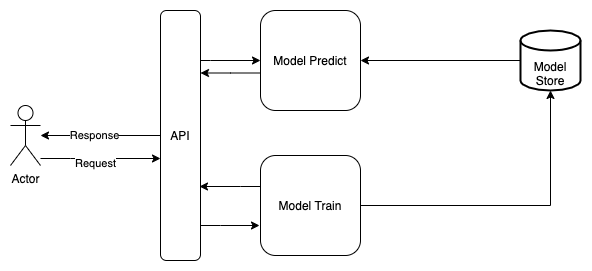
Above: docs/model-api.png in JelmerOffenberg/python-engineering (draw.io), before the change. Source tidied: cells renumbered, new cells last; positions are measured from the earlier drawing's top-left corner, leaving out a move shared by most shapes.
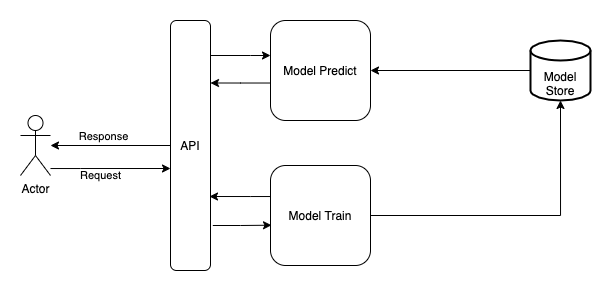
The same file after the commit.

The edit, as a diff of the source:
```diff
@@ -11,7 +11,9 @@
       </mxGeometry>
     </mxCell>
     <mxCell id="3" value="Request" style="edgeLabel;html=1;align=center;verticalAlign=middle;" parent="2" vertex="1">
-      <mxGeometry x="-0.1" y="-4" relative="1" as="geometry" />
+      <mxGeometry x="-0.1" y="-4" relative="1" as="geometry">
+        <mxPoint x="-4" y="3" as="offset" />
+      </mxGeometry>
     </mxCell>
     <mxCell id="4" value="Actor" style="shape=umlActor;verticalLabelPosition=bottom;verticalAlign=top;html=1;outlineConnect=0;" parent="1" vertex="1">
       <mxGeometry y="95" width="30" height="60" as="geometry" />
@@ -19,26 +21,20 @@
     <mxCell id="5" style="edgeStyle=orthogonalEdgeStyle;rounded=0;jettySize=auto;html=1;" parent="1" edge="1" source="9" target="14">
       <mxGeometry relative="1" as="geometry">
         <Array as="points">
-          <mxPoint x="200" y="50" />
-          <mxPoint x="200" y="50" />
+          <mxPoint x="230" y="35" />
+          <mxPoint x="230" y="35" />
         </Array>
       </mxGeometry>
     </mxCell>
     <mxCell id="6" style="edgeStyle=orthogonalEdgeStyle;rounded=0;jettySize=auto;html=1;" parent="1" edge="1" source="9" target="4">
       <mxGeometry relative="1" as="geometry" />
     </mxCell>
-    <mxCell id="7" value="Response" style="edgeLabel;html=1;align=center;verticalAlign=middle;" parent="6" vertex="1">
+    <mxCell id="7" value="Response" style="edgeLabel;html=1;align=center;verticalAlign=bottom;" parent="6" vertex="1">
       <mxGeometry x="0.12" y="-1" relative="1" as="geometry" />
     </mxCell>
-    <mxCell id="8" style="edgeStyle=orthogonalEdgeStyle;rounded=0;jettySize=auto;html=1;" parent="1" edge="1" source="9">
-      <mxGeometry relative="1" as="geometry">
-        <mxPoint x="249" y="215" as="targetPoint" />
-        <Array as="points">
-          <mxPoint x="210" y="215" />
-          <mxPoint x="210" y="215" />
-        </Array>
-      </mxGeometry>
-    </mxCell>
+    <mxCell id="17" style="edgeStyle=orthogonalEdgeStyle;rounded=0;jettySize=auto;html=1;entryX=0.01;entryY=0.597;entryDx=0;entryDy=0;entryPerimeter=0;exitX=1.058;exitY=0.82;exitDx=0;exitDy=0;exitPerimeter=0;" parent="1" edge="1" source="9" target="12">
+      <mxGeometry relative="1" as="geometry" />
+    </mxCell>
     <mxCell id="9" value="API" style="rounded=1;whiteSpace=wrap;html=1;" parent="1" vertex="1">
       <mxGeometry x="150" width="40" height="250" as="geometry" />
     </mxCell>
```
